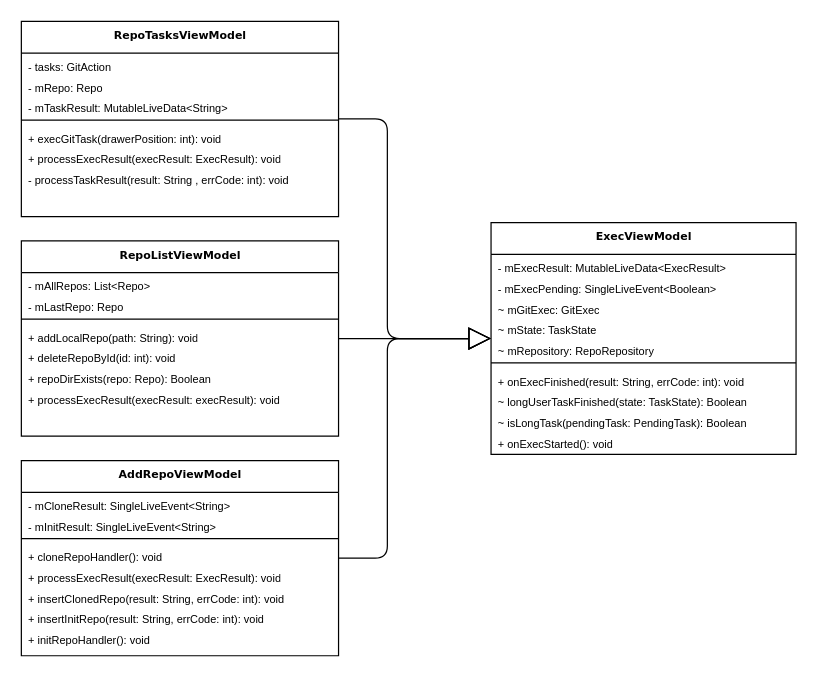
Above: obrazky-figures/drawio/viewmodels_class_diagram.drawio in MarekPetr/BP (draw.io), before the change. Source tidied: cells renumbered, new cells numbered last; positions are measured from the earlier drawing's top-left corner, leaving out a move shared by most shapes. Both pictures are drawn from the tidied source at 122%, with x=0, y=0 at pixel (21, 21).
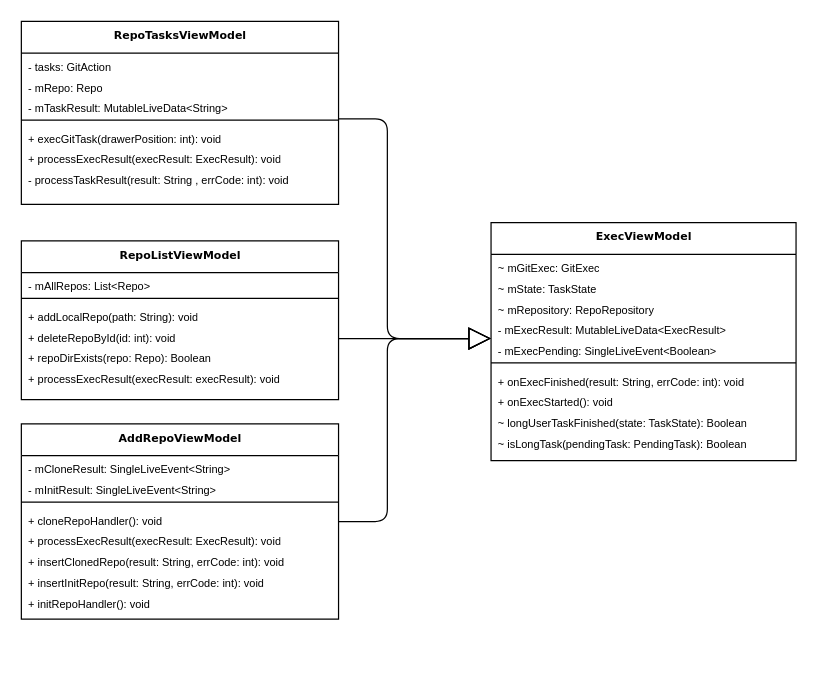
The same page after the edit.

Commit message (it also covers changes not shown here):
Oprava class diagram

Diff of the diagram source:
```diff
@@
     <mxCell id="2" value="RepoTasksViewModel" style="swimlane;html=1;fontStyle=1;align=center;verticalAlign=top;horizontal=1;startSize=26;swimlaneFillColor=#ffffff;rounded=0;shadow=0;comic=0;labelBackgroundColor=none;strokeWidth=1;fillColor=none;fontFamily=Verdana;fontSize=9;" parent="1" vertex="1">
-      <mxGeometry width="260" height="160" as="geometry" />
+      <mxGeometry width="260" height="150" as="geometry" />
     </mxCell>
@@
     <mxCell id="10" value="ExecViewModel" style="swimlane;html=1;fontStyle=1;align=center;verticalAlign=top;horizontal=1;startSize=26;swimlaneFillColor=#ffffff;rounded=0;shadow=0;comic=0;labelBackgroundColor=none;strokeWidth=1;fillColor=none;fontFamily=Verdana;fontSize=9;" parent="1" vertex="1">
-      <mxGeometry x="385" y="165" width="250" height="190" as="geometry" />
+      <mxGeometry x="385" y="165" width="250" height="195" as="geometry" />
     </mxCell>
-    <mxCell id="11" value="- mExecResult: MutableLiveData&amp;lt;ExecResult&amp;gt;" style="text;html=1;strokeColor=none;fillColor=none;align=left;verticalAlign=top;spacingLeft=4;spacingRight=4;whiteSpace=wrap;overflow=hidden;fontSize=9;" parent="10" vertex="1">
+    <mxCell id="11" value="&lt;code style=&quot;font-size: 9px&quot;&gt;~&lt;/code&gt; mGitExec: GitExec" style="text;html=1;strokeColor=none;fillColor=none;align=left;verticalAlign=top;spacingLeft=4;spacingRight=4;whiteSpace=wrap;overflow=hidden;fontSize=9;" parent="10" vertex="1">
       <mxGeometry y="26" width="250" height="17" as="geometry" />
     </mxCell>
-    <mxCell id="12" value="- mExecPending: SingleLiveEvent&amp;lt;Boolean&amp;gt;" style="text;html=1;strokeColor=none;fillColor=none;align=left;verticalAlign=top;spacingLeft=4;spacingRight=4;whiteSpace=wrap;overflow=hidden;fontSize=9;" parent="10" vertex="1">
+    <mxCell id="12" value="&lt;code style=&quot;font-size: 9px&quot;&gt;~&lt;/code&gt; mState: TaskState" style="text;html=1;strokeColor=none;fillColor=none;align=left;verticalAlign=top;spacingLeft=4;spacingRight=4;whiteSpace=wrap;overflow=hidden;fontSize=9;" parent="10" vertex="1">
       <mxGeometry y="43" width="250" height="17" as="geometry" />
     </mxCell>
-    <mxCell id="13" value="&lt;code style=&quot;font-size: 9px;&quot;&gt;~&lt;/code&gt; mGitExec: GitExec" style="text;html=1;strokeColor=none;fillColor=none;align=left;verticalAlign=top;spacingLeft=4;spacingRight=4;whiteSpace=wrap;overflow=hidden;fontSize=9;" parent="10" vertex="1">
+    <mxCell id="13" value="&lt;code style=&quot;font-size: 9px&quot;&gt;~&lt;/code&gt; mRepository: RepoRepository" style="text;html=1;strokeColor=none;fillColor=none;align=left;verticalAlign=top;spacingLeft=4;spacingRight=4;whiteSpace=wrap;overflow=hidden;fontSize=9;" parent="10" vertex="1">
       <mxGeometry y="60" width="250" height="17" as="geometry" />
     </mxCell>
-    <mxCell id="14" value="&lt;code style=&quot;font-size: 9px;&quot;&gt;~&lt;/code&gt; mState: TaskState" style="text;html=1;strokeColor=none;fillColor=none;align=left;verticalAlign=top;spacingLeft=4;spacingRight=4;whiteSpace=wrap;overflow=hidden;fontSize=9;" parent="10" vertex="1">
+    <mxCell id="14" value="- mExecResult: MutableLiveData&amp;lt;ExecResult&amp;gt;" style="text;html=1;strokeColor=none;fillColor=none;align=left;verticalAlign=top;spacingLeft=4;spacingRight=4;whiteSpace=wrap;overflow=hidden;fontSize=9;" parent="10" vertex="1">
       <mxGeometry y="77" width="250" height="17" as="geometry" />
     </mxCell>
-    <mxCell id="15" value="&lt;code style=&quot;font-size: 9px;&quot;&gt;~&lt;/code&gt; mRepository: RepoRepository" style="text;html=1;strokeColor=none;fillColor=none;align=left;verticalAlign=top;spacingLeft=4;spacingRight=4;whiteSpace=wrap;overflow=hidden;fontSize=9;" parent="10" vertex="1">
+    <mxCell id="15" value="- mExecPending: SingleLiveEvent&amp;lt;Boolean&amp;gt;" style="text;html=1;strokeColor=none;fillColor=none;align=left;verticalAlign=top;spacingLeft=4;spacingRight=4;whiteSpace=wrap;overflow=hidden;fontSize=9;" parent="10" vertex="1">
       <mxGeometry y="94" width="250" height="17" as="geometry" />
     </mxCell>
@@
-    <mxCell id="18" value="~ longUserTaskFinished(state: TaskState): Boolean" style="text;html=1;strokeColor=none;fillColor=none;align=left;verticalAlign=top;spacingLeft=4;spacingRight=4;whiteSpace=wrap;overflow=hidden;fontSize=9;" parent="10" vertex="1">
+    <mxCell id="18" value="+ onExecStarted(): void" style="text;html=1;strokeColor=none;fillColor=none;align=left;verticalAlign=top;spacingLeft=4;spacingRight=4;whiteSpace=wrap;overflow=hidden;fontSize=9;" parent="10" vertex="1">
       <mxGeometry y="136" width="250" height="17" as="geometry" />
     </mxCell>
-    <mxCell id="19" value="~ isLongTask(pendingTask: PendingTask): Boolean" style="text;html=1;strokeColor=none;fillColor=none;align=left;verticalAlign=top;spacingLeft=4;spacingRight=4;whiteSpace=wrap;overflow=hidden;fontSize=9;" parent="10" vertex="1">
+    <mxCell id="19" value="~ longUserTaskFinished(state: TaskState): Boolean" style="text;html=1;strokeColor=none;fillColor=none;align=left;verticalAlign=top;spacingLeft=4;spacingRight=4;whiteSpace=wrap;overflow=hidden;fontSize=9;" parent="10" vertex="1">
       <mxGeometry y="153" width="250" height="17" as="geometry" />
     </mxCell>
-    <mxCell id="20" value="+ onExecStarted(): void" style="text;html=1;strokeColor=none;fillColor=none;align=left;verticalAlign=top;spacingLeft=4;spacingRight=4;whiteSpace=wrap;overflow=hidden;fontSize=9;" parent="10" vertex="1">
+    <mxCell id="20" value="~ isLongTask(pendingTask: PendingTask): Boolean" style="text;html=1;strokeColor=none;fillColor=none;align=left;verticalAlign=top;spacingLeft=4;spacingRight=4;whiteSpace=wrap;overflow=hidden;fontSize=9;" parent="10" vertex="1">
       <mxGeometry y="170" width="250" height="17" as="geometry" />
     </mxCell>
     <mxCell id="21" value="RepoListViewModel" style="swimlane;html=1;fontStyle=1;align=center;verticalAlign=top;horizontal=1;startSize=26;swimlaneFillColor=#ffffff;rounded=0;shadow=0;comic=0;labelBackgroundColor=none;strokeWidth=1;fillColor=none;fontFamily=Verdana;fontSize=9;" parent="1" vertex="1">
-      <mxGeometry y="180" width="260" height="160" as="geometry" />
+      <mxGeometry y="180" width="260" height="130" as="geometry" />
     </mxCell>
@@
-    <mxCell id="23" value="- mLastRepo: Repo" style="text;html=1;strokeColor=none;fillColor=none;align=left;verticalAlign=top;spacingLeft=4;spacingRight=4;whiteSpace=wrap;overflow=hidden;fontSize=9;" parent="21" vertex="1">
-      <mxGeometry y="43" width="260" height="17" as="geometry" />
-    </mxCell>
     <mxCell id="24" style="line;html=1;strokeWidth=1;fillColor=none;align=left;verticalAlign=middle;spacingTop=-1;spacingLeft=3;spacingRight=3;labelPosition=right;fontSize=9;" parent="21" vertex="1">
-      <mxGeometry y="60" width="260" height="8" as="geometry" />
+      <mxGeometry y="43" width="260" height="8" as="geometry" />
     </mxCell>
     <mxCell id="25" value="+ addLocalRepo(path: String): void" style="text;html=1;strokeColor=none;fillColor=none;align=left;verticalAlign=top;spacingLeft=4;spacingRight=4;whiteSpace=wrap;overflow=hidden;fontSize=9;" parent="21" vertex="1">
-      <mxGeometry y="68" width="260" height="17" as="geometry" />
+      <mxGeometry y="51" width="260" height="17" as="geometry" />
     </mxCell>
     <mxCell id="26" value="+ deleteRepoById(id: int): void" style="text;html=1;strokeColor=none;fillColor=none;align=left;verticalAlign=top;spacingLeft=4;spacingRight=4;whiteSpace=wrap;overflow=hidden;fontSize=9;" parent="21" vertex="1">
-      <mxGeometry y="85" width="260" height="17" as="geometry" />
+      <mxGeometry y="68" width="260" height="17" as="geometry" />
     </mxCell>
     <mxCell id="27" value="+ repoDirExists(repo: Repo): Boolean" style="text;html=1;strokeColor=none;fillColor=none;align=left;verticalAlign=top;spacingLeft=4;spacingRight=4;whiteSpace=wrap;overflow=hidden;fontSize=9;" parent="21" vertex="1">
-      <mxGeometry y="102" width="260" height="17" as="geometry" />
+      <mxGeometry y="85" width="260" height="17" as="geometry" />
     </mxCell>
     <mxCell id="28" value="+ processExecResult(execResult: execResult): void" style="text;html=1;strokeColor=none;fillColor=none;align=left;verticalAlign=top;spacingLeft=4;spacingRight=4;whiteSpace=wrap;overflow=hidden;fontSize=9;" parent="21" vertex="1">
-      <mxGeometry y="119" width="260" height="17" as="geometry" />
+      <mxGeometry y="102" width="260" height="17" as="geometry" />
     </mxCell>
     <mxCell id="29" value="AddRepoViewModel" style="swimlane;html=1;fontStyle=1;align=center;verticalAlign=top;horizontal=1;startSize=26;swimlaneFillColor=#ffffff;rounded=0;shadow=0;comic=0;labelBackgroundColor=none;strokeWidth=1;fillColor=none;fontFamily=Verdana;fontSize=9;" parent="1" vertex="1">
-      <mxGeometry y="360" width="260" height="160" as="geometry" />
+      <mxGeometry y="330" width="260" height="160" as="geometry" />
     </mxCell>
@@
     <mxCell id="38" style="edgeStyle=orthogonalEdgeStyle;html=1;labelBackgroundColor=none;startFill=0;startSize=8;endArrow=block;endFill=0;endSize=16;fontFamily=Verdana;fontSize=9;" parent="1" edge="1" source="21" target="10">
-      <mxGeometry relative="1" as="geometry" />
+      <mxGeometry relative="1" as="geometry">
+        <Array as="points">
+          <mxPoint x="280" y="260" />
+          <mxPoint x="280" y="260" />
+        </Array>
+      </mxGeometry>
     </mxCell>
@@
     <mxCell id="40" style="edgeStyle=orthogonalEdgeStyle;html=1;labelBackgroundColor=none;startFill=0;startSize=8;endArrow=block;endFill=0;endSize=16;fontFamily=Verdana;fontSize=9;rounded=1;" parent="1" edge="1" source="29" target="10">
       <mxGeometry relative="1" as="geometry">
         <Array as="points">
-          <mxPoint x="300" y="440" />
+          <mxPoint x="300" y="410" />
           <mxPoint x="300" y="260" />
         </Array>
       </mxGeometry>
     </mxCell>
```
